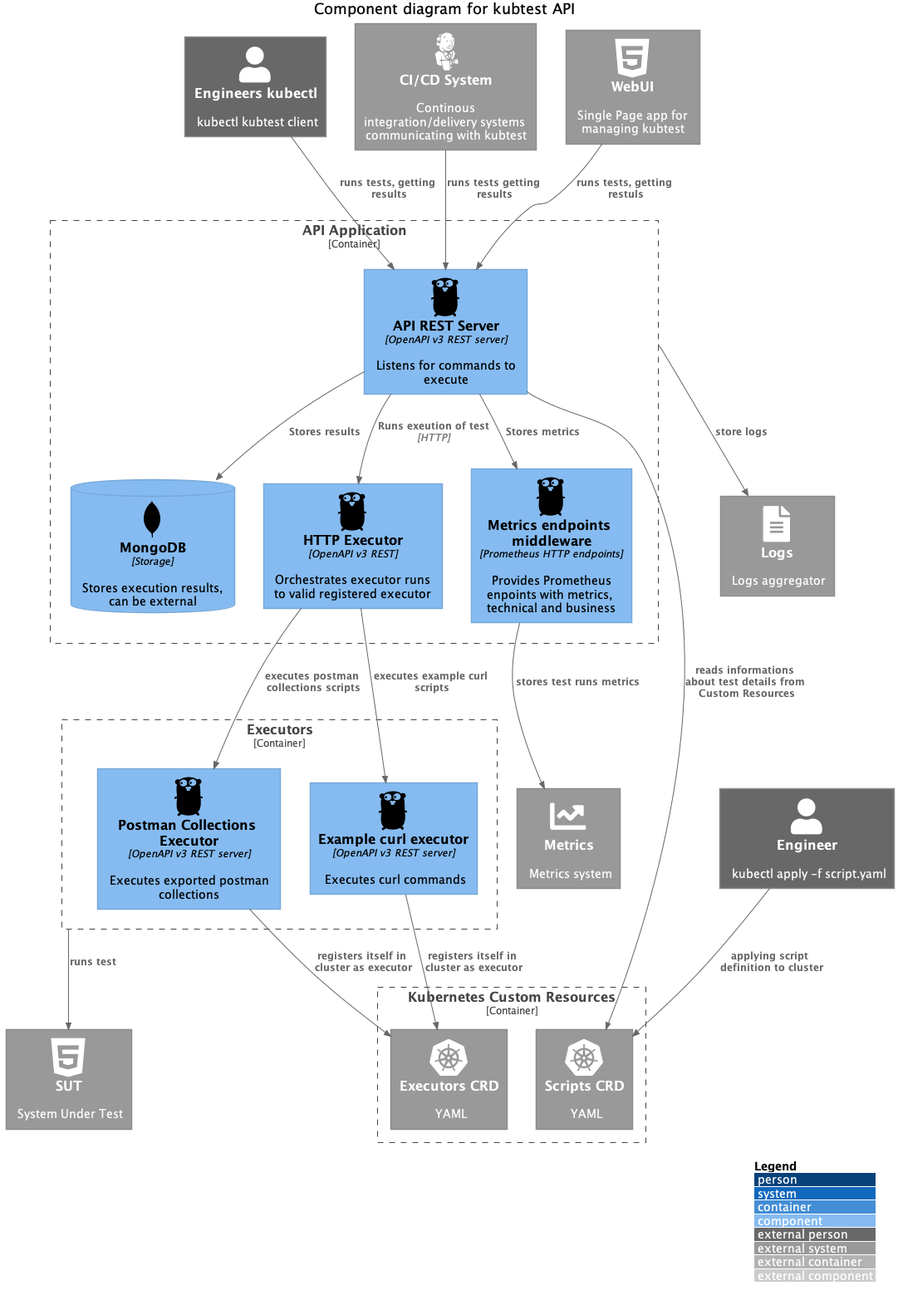
Before: docs/img/components_api.png, a diagram exported from PlantUML (kubeshop/testkube).
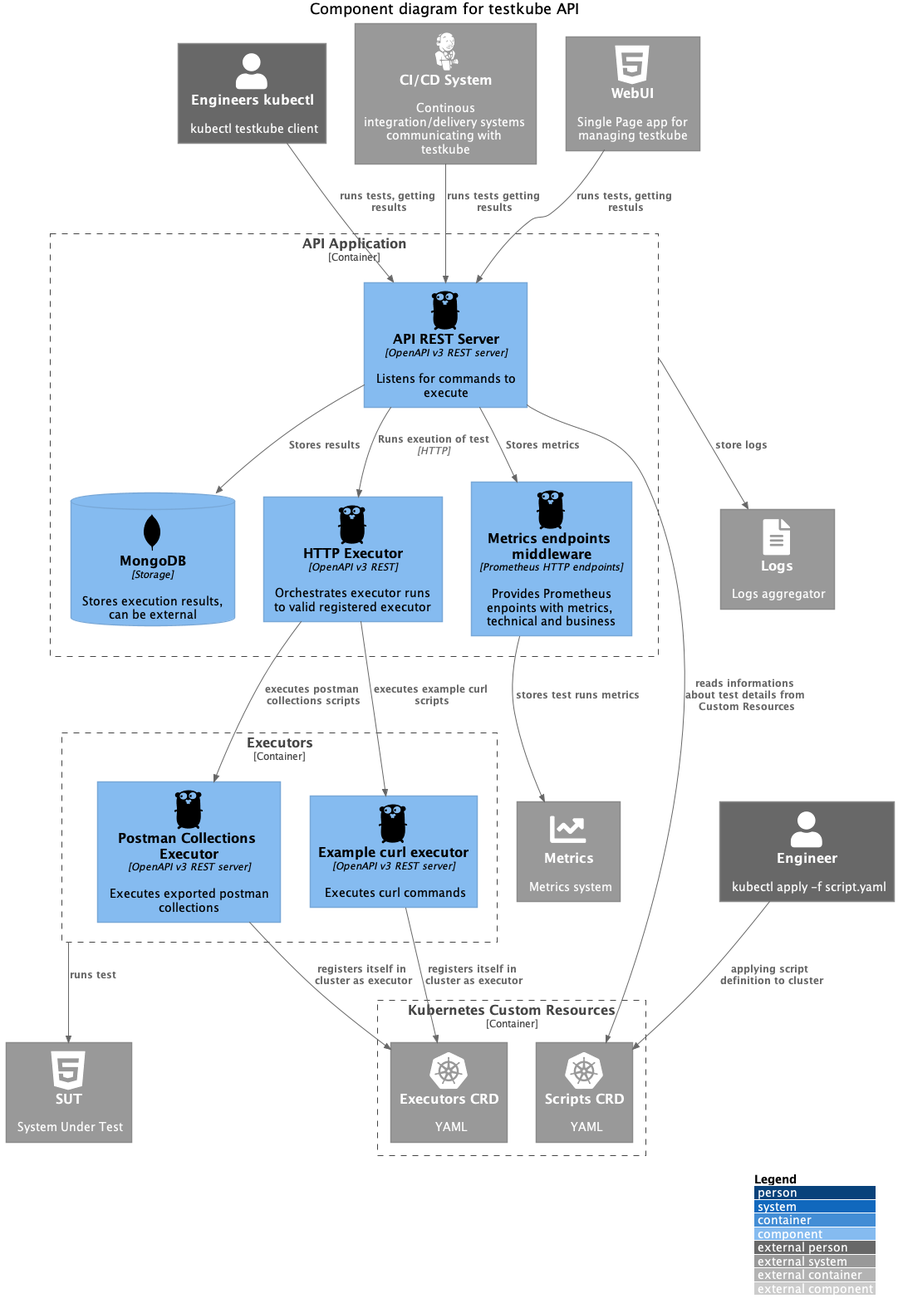
The same file after the commit.

Change to the diagram source:
```diff
@@ -17,11 +17,11 @@
 
 LAYOUT_WITH_LEGEND()
 
-title Component diagram for kubtest API
+title Component diagram for testkube API
 
-Person_Ext(kubectl, "Engineers kubectl", "kubectl kubtest client")
-System_Ext(cicd, "CI/CD System", "Continous integration/delivery systems communicating with kubtest", "jenkins")
-System_Ext(web, "WebUI", "Single Page app for managing kubtest", "html5")
+Person_Ext(kubectl, "Engineers kubectl", "kubectl testkube client")
+System_Ext(cicd, "CI/CD System", "Continous integration/delivery systems communicating with testkube", "jenkins")
+System_Ext(web, "WebUI", "Single Page app for managing testkube", "html5")
 System_Ext(metrics, "Metrics", "Metrics system", "chart_line")
 System_Ext(logs, "Logs", "Logs aggregator", "file_alt")
 
```
